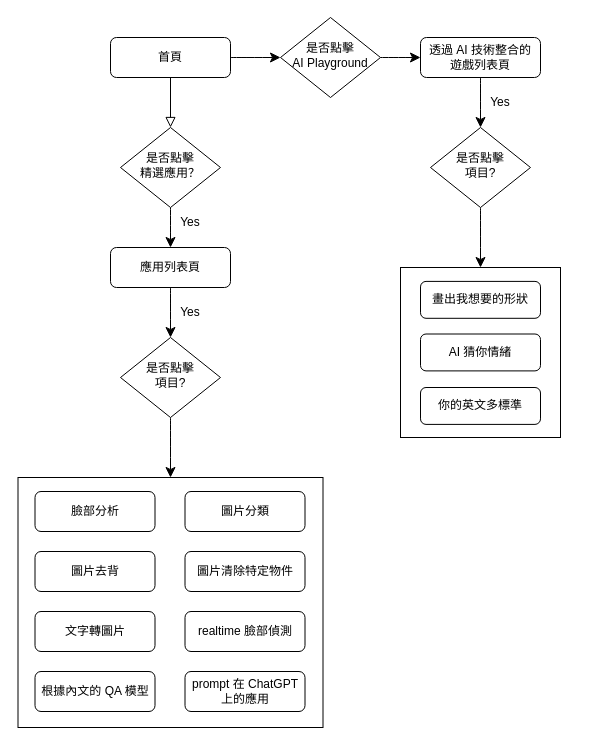
The draw.io diagram user-flow.drawio in EricTsai83/drawio, before the edit. Source tidied: cells renumbered, new cells numbered last; positions are measured from the earlier drawing's top-left corner, leaving out a move shared by most shapes. Both pictures are drawn from the tidied source at 100%, with x=0, y=0 at pixel (18, 17).
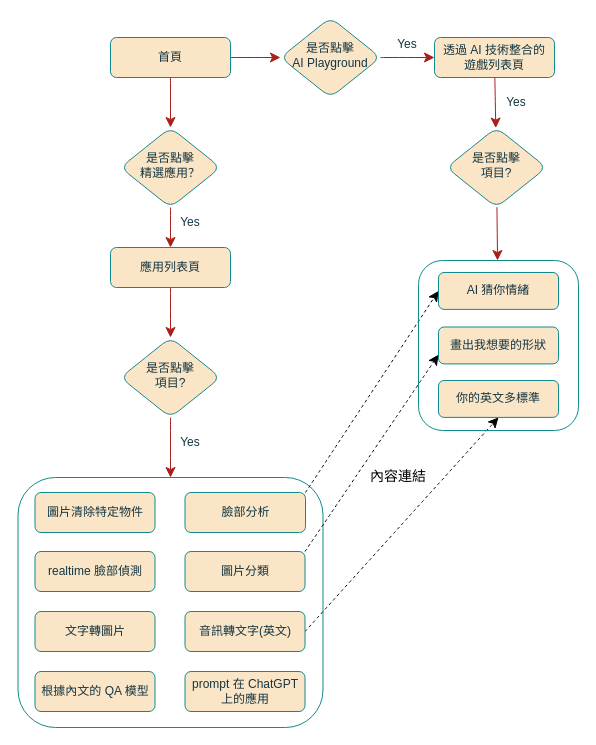
The same diagram, later.

What changed in the source:
```diff
@@
-    <mxCell id="2" style="rounded=0;html=1;jettySize=auto;fontSize=11;endArrow=block;endFill=0;endSize=8;strokeWidth=1;shadow=0;labelBackgroundColor=none;edgeStyle=orthogonalEdgeStyle;" parent="1" edge="1" source="4" target="6">
-      <mxGeometry relative="1" as="geometry" />
-    </mxCell>
-    <mxCell id="3" style="edgeStyle=none;curved=1;rounded=0;jettySize=auto;html=1;fontSize=12;startSize=8;endSize=8;" parent="1" edge="1" source="4" target="11">
+    <mxCell id="3" style="edgeStyle=none;curved=1;rounded=1;jettySize=auto;html=1;fontSize=12;startSize=8;endSize=8;labelBackgroundColor=none;strokeColor=#A8201A;fontColor=default;" parent="1" edge="1" source="4" target="11">
       <mxGeometry relative="1" as="geometry" />
     </mxCell>
-    <mxCell id="4" value="首頁" style="rounded=1;whiteSpace=wrap;html=1;fontSize=12;glass=0;strokeWidth=1;shadow=0;" parent="1" vertex="1">
+    <mxCell id="4" value="首頁" style="rounded=1;whiteSpace=wrap;html=1;fontSize=12;glass=0;strokeWidth=1;shadow=0;labelBackgroundColor=none;fillColor=#FAE5C7;strokeColor=#0F8B8D;fontColor=#143642;" parent="1" vertex="1">
       <mxGeometry x="92" y="20" width="120" height="40" as="geometry" />
     </mxCell>
-    <mxCell id="5" style="edgeStyle=none;curved=1;rounded=0;jettySize=auto;html=1;fontSize=12;startSize=8;endSize=8;" parent="1" edge="1" source="6" target="8">
+    <mxCell id="5" style="edgeStyle=none;curved=1;rounded=1;jettySize=auto;html=1;fontSize=12;startSize=8;endSize=8;labelBackgroundColor=none;strokeColor=#A8201A;fontColor=default;" parent="1" edge="1" source="6" target="8">
       <mxGeometry relative="1" as="geometry" />
     </mxCell>
-    <mxCell id="6" value="是否點擊&lt;br&gt;精選應用？" style="rhombus;whiteSpace=wrap;html=1;shadow=0;fontFamily=Helvetica;fontSize=12;align=center;strokeWidth=1;spacing=6;spacingTop=-4;" parent="1" vertex="1">
+    <mxCell id="6" value="是否點擊&lt;br&gt;精選應用？" style="rhombus;whiteSpace=wrap;html=1;shadow=0;fontFamily=Helvetica;fontSize=12;align=center;strokeWidth=1;spacing=6;spacingTop=-4;labelBackgroundColor=none;fillColor=#FAE5C7;strokeColor=#0F8B8D;fontColor=#143642;rounded=1;" parent="1" vertex="1">
       <mxGeometry x="102" y="110" width="100" height="80" as="geometry" />
     </mxCell>
-    <mxCell id="7" style="edgeStyle=none;curved=1;rounded=0;jettySize=auto;html=1;fontSize=12;startSize=8;endSize=8;" parent="1" edge="1" source="8" target="15">
+    <mxCell id="7" style="edgeStyle=none;curved=1;rounded=1;jettySize=auto;html=1;fontSize=12;startSize=8;endSize=8;labelBackgroundColor=none;strokeColor=#A8201A;fontColor=default;" parent="1" edge="1" source="8" target="15">
       <mxGeometry relative="1" as="geometry" />
     </mxCell>
-    <mxCell id="8" value="應用列表頁" style="rounded=1;whiteSpace=wrap;html=1;fontSize=12;glass=0;strokeWidth=1;shadow=0;" parent="1" vertex="1">
+    <mxCell id="8" value="應用列表頁" style="rounded=1;whiteSpace=wrap;html=1;fontSize=12;glass=0;strokeWidth=1;shadow=0;labelBackgroundColor=none;fillColor=#FAE5C7;strokeColor=#0F8B8D;fontColor=#143642;" parent="1" vertex="1">
       <mxGeometry x="92" y="230" width="120" height="40" as="geometry" />
     </mxCell>
-    <mxCell id="9" value="Yes" style="text;html=1;strokeColor=none;fillColor=none;align=center;verticalAlign=middle;whiteSpace=wrap;rounded=0;" parent="1" vertex="1">
+    <mxCell id="9" value="Yes" style="text;html=1;strokeColor=none;fillColor=none;align=center;verticalAlign=middle;whiteSpace=wrap;rounded=1;labelBackgroundColor=none;fontColor=#143642;" parent="1" vertex="1">
       <mxGeometry x="142" y="190" width="60" height="30" as="geometry" />
     </mxCell>
-    <mxCell id="10" style="edgeStyle=none;curved=1;rounded=0;jettySize=auto;html=1;fontSize=12;startSize=8;endSize=8;" parent="1" edge="1" source="11" target="13">
+    <mxCell id="10" style="edgeStyle=none;curved=1;rounded=1;jettySize=auto;html=1;fontSize=12;startSize=8;endSize=8;labelBackgroundColor=none;strokeColor=#A8201A;fontColor=default;" parent="1" edge="1" source="11" target="13">
       <mxGeometry relative="1" as="geometry" />
     </mxCell>
-    <mxCell id="11" value="是否點擊&lt;br&gt;AI Playground" style="rhombus;whiteSpace=wrap;html=1;shadow=0;fontFamily=Helvetica;fontSize=12;align=center;strokeWidth=1;spacing=6;spacingTop=-4;" parent="1" vertex="1">
+    <mxCell id="11" value="是否點擊&lt;br&gt;AI Playground" style="rhombus;whiteSpace=wrap;html=1;shadow=0;fontFamily=Helvetica;fontSize=12;align=center;strokeWidth=1;spacing=6;spacingTop=-4;labelBackgroundColor=none;fillColor=#FAE5C7;strokeColor=#0F8B8D;fontColor=#143642;rounded=1;" parent="1" vertex="1">
       <mxGeometry x="262" width="100" height="80" as="geometry" />
     </mxCell>
-    <mxCell id="12" style="edgeStyle=none;curved=1;rounded=0;jettySize=auto;html=1;fontSize=12;startSize=8;endSize=8;" parent="1" edge="1" source="13" target="18">
+    <mxCell id="12" style="edgeStyle=none;curved=1;rounded=1;jettySize=auto;html=1;fontSize=12;startSize=8;endSize=8;labelBackgroundColor=none;strokeColor=#A8201A;fontColor=default;" parent="1" edge="1" source="13" target="18">
       <mxGeometry relative="1" as="geometry" />
     </mxCell>
-    <mxCell id="13" value="透過 AI 技術整合的&lt;br&gt;遊戲列表頁" style="rounded=1;whiteSpace=wrap;html=1;fontSize=12;glass=0;strokeWidth=1;shadow=0;" parent="1" vertex="1">
-      <mxGeometry x="402" y="20" width="120" height="40" as="geometry" />
+    <mxCell id="13" value="透過 AI 技術整合的&lt;br&gt;遊戲列表頁" style="rounded=1;whiteSpace=wrap;html=1;fontSize=12;glass=0;strokeWidth=1;shadow=0;labelBackgroundColor=none;fillColor=#FAE5C7;strokeColor=#0F8B8D;fontColor=#143642;" parent="1" vertex="1">
+      <mxGeometry x="416" y="20" width="120" height="40" as="geometry" />
     </mxCell>
-    <mxCell id="14" style="edgeStyle=none;curved=1;rounded=0;jettySize=auto;html=1;fontSize=12;startSize=8;endSize=8;entryX=0.5;entryY=0;entryDx=0;entryDy=0;" parent="1" edge="1" source="15" target="21">
+    <mxCell id="14" style="edgeStyle=none;curved=1;rounded=1;jettySize=auto;html=1;fontSize=12;startSize=8;endSize=8;entryX=0.5;entryY=0;entryDx=0;entryDy=0;labelBackgroundColor=none;strokeColor=#A8201A;fontColor=default;" parent="1" edge="1" source="15" target="21">
       <mxGeometry relative="1" as="geometry" />
     </mxCell>
-    <mxCell id="15" value="是否點擊&lt;br&gt;項目?" style="rhombus;whiteSpace=wrap;html=1;shadow=0;fontFamily=Helvetica;fontSize=12;align=center;strokeWidth=1;spacing=6;spacingTop=-4;" parent="1" vertex="1">
+    <mxCell id="15" value="是否點擊&lt;br&gt;項目?" style="rhombus;whiteSpace=wrap;html=1;shadow=0;fontFamily=Helvetica;fontSize=12;align=center;strokeWidth=1;spacing=6;spacingTop=-4;labelBackgroundColor=none;fillColor=#FAE5C7;strokeColor=#0F8B8D;fontColor=#143642;rounded=1;" parent="1" vertex="1">
       <mxGeometry x="102" y="320" width="100" height="80" as="geometry" />
     </mxCell>
-    <mxCell id="16" value="Yes" style="text;html=1;strokeColor=none;fillColor=none;align=center;verticalAlign=middle;whiteSpace=wrap;rounded=0;" parent="1" vertex="1">
-      <mxGeometry x="142" y="280" width="60" height="30" as="geometry" />
+    <mxCell id="16" value="Yes" style="text;html=1;strokeColor=none;fillColor=none;align=center;verticalAlign=middle;whiteSpace=wrap;rounded=1;labelBackgroundColor=none;fontColor=#143642;" parent="1" vertex="1">
+      <mxGeometry x="142" y="410" width="60" height="30" as="geometry" />
     </mxCell>
-    <mxCell id="17" style="edgeStyle=none;curved=1;rounded=0;jettySize=auto;html=1;fontSize=12;startSize=8;endSize=8;" parent="1" edge="1" source="18" target="31">
+    <mxCell id="17" style="edgeStyle=none;curved=1;rounded=1;jettySize=auto;html=1;fontSize=12;startSize=8;endSize=8;labelBackgroundColor=none;strokeColor=#A8201A;fontColor=default;" parent="1" edge="1" source="18" target="31">
       <mxGeometry relative="1" as="geometry" />
     </mxCell>
-    <mxCell id="18" value="是否點擊&lt;br&gt;項目?" style="rhombus;whiteSpace=wrap;html=1;shadow=0;fontFamily=Helvetica;fontSize=12;align=center;strokeWidth=1;spacing=6;spacingTop=-4;" parent="1" vertex="1">
-      <mxGeometry x="412" y="110" width="100" height="80" as="geometry" />
+    <mxCell id="18" value="是否點擊&lt;br&gt;項目?" style="rhombus;whiteSpace=wrap;html=1;shadow=0;fontFamily=Helvetica;fontSize=12;align=center;strokeWidth=1;spacing=6;spacingTop=-4;labelBackgroundColor=none;fillColor=#FAE5C7;strokeColor=#0F8B8D;fontColor=#143642;rounded=1;" parent="1" vertex="1">
+      <mxGeometry x="428" y="110" width="100" height="80" as="geometry" />
     </mxCell>
-    <mxCell id="19" value="Yes" style="text;html=1;strokeColor=none;fillColor=none;align=center;verticalAlign=middle;whiteSpace=wrap;rounded=0;" parent="1" vertex="1">
-      <mxGeometry x="452" y="70" width="60" height="30" as="geometry" />
+    <mxCell id="19" value="Yes" style="text;html=1;strokeColor=none;fillColor=none;align=center;verticalAlign=middle;whiteSpace=wrap;rounded=1;labelBackgroundColor=none;fontColor=#143642;" parent="1" vertex="1">
+      <mxGeometry x="468" y="70" width="60" height="30" as="geometry" />
     </mxCell>
-    <mxCell id="20" style="group;" parent="1" vertex="1">
-      <mxGeometry x="-0.5" y="460" width="305" height="250" as="geometry" />
-    </mxCell>
-    <mxCell id="21" style="rounded=0;whiteSpace=wrap;html=1;fontSize=16;fillColor=none;" parent="20" vertex="1">
-      <mxGeometry width="305" height="250" as="geometry" />
+    <mxCell id="21" style="rounded=1;whiteSpace=wrap;html=1;fontSize=16;fillColor=none;labelBackgroundColor=none;strokeColor=#0F8B8D;fontColor=#143642;" parent="1" vertex="1">
+      <mxGeometry x="-0.5" y="460" width="305" height="250" as="geometry" />
     </mxCell>
+    <mxCell id="35" style="edgeStyle=none;curved=1;rounded=1;jettySize=auto;html=1;entryX=0;entryY=0.5;entryDx=0;entryDy=0;fontSize=12;startSize=8;endSize=8;dashed=1;exitX=1;exitY=0;exitDx=0;exitDy=0;" parent="1" edge="1" source="22" target="33">
+      <mxGeometry relative="1" as="geometry" />
+    </mxCell>
-    <mxCell id="22" value="臉部分析" style="rounded=1;whiteSpace=wrap;html=1;fontSize=12;glass=0;strokeWidth=1;shadow=0;" parent="20" vertex="1">
-      <mxGeometry x="17" y="14" width="120" height="40" as="geometry" />
+    <mxCell id="22" value="臉部分析" style="rounded=1;whiteSpace=wrap;html=1;fontSize=12;glass=0;strokeWidth=1;shadow=0;labelBackgroundColor=none;fillColor=#FAE5C7;strokeColor=#0F8B8D;fontColor=#143642;" parent="1" vertex="1">
+      <mxGeometry x="166.5" y="475" width="120.5" height="40" as="geometry" />
     </mxCell>
+    <mxCell id="36" style="edgeStyle=none;curved=1;rounded=1;jettySize=auto;html=1;entryX=0;entryY=0.75;entryDx=0;entryDy=0;fontSize=12;startSize=8;endSize=8;dashed=1;exitX=1;exitY=0;exitDx=0;exitDy=0;" parent="1" edge="1" source="23" target="32">
+      <mxGeometry relative="1" as="geometry" />
+    </mxCell>
-    <mxCell id="23" value="圖片分類" style="rounded=1;whiteSpace=wrap;html=1;fontSize=12;glass=0;strokeWidth=1;shadow=0;" parent="20" vertex="1">
-      <mxGeometry x="167" y="14" width="120" height="40" as="geometry" />
+    <mxCell id="23" value="圖片分類" style="rounded=1;whiteSpace=wrap;html=1;fontSize=12;glass=0;strokeWidth=1;shadow=0;labelBackgroundColor=none;fillColor=#FAE5C7;strokeColor=#0F8B8D;fontColor=#143642;" parent="1" vertex="1">
+      <mxGeometry x="166.5" y="534" width="120" height="40" as="geometry" />
     </mxCell>
+    <mxCell id="37" style="edgeStyle=none;curved=1;rounded=1;jettySize=auto;html=1;entryX=0.5;entryY=1;entryDx=0;entryDy=0;fontSize=12;startSize=8;endSize=8;exitX=1;exitY=0.5;exitDx=0;exitDy=0;dashed=1;" parent="1" edge="1" source="24" target="34">
+      <mxGeometry relative="1" as="geometry" />
+    </mxCell>
-    <mxCell id="24" value="圖片去背" style="rounded=1;whiteSpace=wrap;html=1;fontSize=12;glass=0;strokeWidth=1;shadow=0;" parent="20" vertex="1">
-      <mxGeometry x="17" y="74" width="120" height="40" as="geometry" />
+    <mxCell id="24" value="音訊轉文字(英文)" style="rounded=1;whiteSpace=wrap;html=1;fontSize=12;glass=0;strokeWidth=1;shadow=0;labelBackgroundColor=none;fillColor=#FAE5C7;strokeColor=#0F8B8D;fontColor=#143642;" parent="1" vertex="1">
+      <mxGeometry x="166.5" y="594" width="120" height="40" as="geometry" />
     </mxCell>
-    <mxCell id="25" value="圖片清除特定物件" style="rounded=1;whiteSpace=wrap;html=1;fontSize=12;glass=0;strokeWidth=1;shadow=0;" parent="20" vertex="1">
-      <mxGeometry x="167" y="74" width="120" height="40" as="geometry" />
+    <mxCell id="25" value="圖片清除特定物件" style="rounded=1;whiteSpace=wrap;html=1;fontSize=12;glass=0;strokeWidth=1;shadow=0;labelBackgroundColor=none;fillColor=#FAE5C7;strokeColor=#0F8B8D;fontColor=#143642;" parent="1" vertex="1">
+      <mxGeometry x="16.5" y="475" width="120" height="40" as="geometry" />
     </mxCell>
-    <mxCell id="26" value="文字轉圖片" style="rounded=1;whiteSpace=wrap;html=1;fontSize=12;glass=0;strokeWidth=1;shadow=0;" parent="20" vertex="1">
-      <mxGeometry x="17" y="134" width="120" height="40" as="geometry" />
+    <mxCell id="26" value="文字轉圖片" style="rounded=1;whiteSpace=wrap;html=1;fontSize=12;glass=0;strokeWidth=1;shadow=0;labelBackgroundColor=none;fillColor=#FAE5C7;strokeColor=#0F8B8D;fontColor=#143642;" parent="1" vertex="1">
+      <mxGeometry x="16.5" y="594" width="120" height="40" as="geometry" />
     </mxCell>
-    <mxCell id="27" value="realtime 臉部偵測" style="rounded=1;whiteSpace=wrap;html=1;fontSize=12;glass=0;strokeWidth=1;shadow=0;" parent="20" vertex="1">
-      <mxGeometry x="167" y="134" width="120" height="40" as="geometry" />
+    <mxCell id="27" value="realtime 臉部偵測" style="rounded=1;whiteSpace=wrap;html=1;fontSize=12;glass=0;strokeWidth=1;shadow=0;labelBackgroundColor=none;fillColor=#FAE5C7;strokeColor=#0F8B8D;fontColor=#143642;" parent="1" vertex="1">
+      <mxGeometry x="16.5" y="534" width="120" height="40" as="geometry" />
     </mxCell>
-    <mxCell id="28" value="根據內文的 QA 模型" style="rounded=1;whiteSpace=wrap;html=1;fontSize=12;glass=0;strokeWidth=1;shadow=0;" parent="20" vertex="1">
-      <mxGeometry x="17" y="194" width="120" height="40" as="geometry" />
+    <mxCell id="28" value="根據內文的 QA 模型" style="rounded=1;whiteSpace=wrap;html=1;fontSize=12;glass=0;strokeWidth=1;shadow=0;labelBackgroundColor=none;fillColor=#FAE5C7;strokeColor=#0F8B8D;fontColor=#143642;" parent="1" vertex="1">
+      <mxGeometry x="16.5" y="654" width="120" height="40" as="geometry" />
     </mxCell>
-    <mxCell id="29" value="prompt 在 ChatGPT 上的應用" style="rounded=1;whiteSpace=wrap;html=1;fontSize=12;glass=0;strokeWidth=1;shadow=0;" parent="20" vertex="1">
-      <mxGeometry x="167" y="194" width="120" height="40" as="geometry" />
+    <mxCell id="29" value="prompt 在 ChatGPT 上的應用" style="rounded=1;whiteSpace=wrap;html=1;fontSize=12;glass=0;strokeWidth=1;shadow=0;labelBackgroundColor=none;fillColor=#FAE5C7;strokeColor=#0F8B8D;fontColor=#143642;" parent="1" vertex="1">
+      <mxGeometry x="166.5" y="654" width="120" height="40" as="geometry" />
     </mxCell>
-    <mxCell id="30" style="group;" parent="1" vertex="1">
-      <mxGeometry x="382" y="250" width="160" height="170" as="geometry" />
-    </mxCell>
+    <mxCell id="38" value="&lt;font style=&quot;font-size: 14px;&quot;&gt;內容連結&lt;/font&gt;" style="text;strokeColor=none;fillColor=none;html=1;align=center;verticalAlign=middle;whiteSpace=wrap;rounded=0;fontSize=16;" parent="1" vertex="1">
+      <mxGeometry x="346" y="443" width="68" height="30" as="geometry" />
+    </mxCell>
+    <mxCell id="2" style="edgeStyle=none;curved=1;rounded=1;jettySize=auto;html=1;fontSize=12;startSize=8;endSize=8;labelBackgroundColor=none;strokeColor=#A8201A;fontColor=default;exitX=0.5;exitY=1;exitDx=0;exitDy=0;" parent="1" edge="1" source="4" target="6">
+      <mxGeometry relative="1" as="geometry" />
+    </mxCell>
+    <mxCell id="39" value="Yes" style="text;html=1;strokeColor=none;fillColor=none;align=center;verticalAlign=middle;whiteSpace=wrap;rounded=1;labelBackgroundColor=none;fontColor=#143642;" parent="1" vertex="1">
+      <mxGeometry x="359" y="12" width="60" height="30" as="geometry" />
+    </mxCell>
+    <mxCell id="40" style="group;" parent="1" vertex="1">
+      <mxGeometry x="400" y="243" width="160" height="170" as="geometry" />
+    </mxCell>
-    <mxCell id="31" style="rounded=0;whiteSpace=wrap;html=1;fontSize=16;fillColor=none;" parent="30" vertex="1">
+    <mxCell id="31" style="rounded=1;whiteSpace=wrap;html=1;fontSize=16;fillColor=none;labelBackgroundColor=none;strokeColor=#0F8B8D;fontColor=#143642;" parent="40" vertex="1">
       <mxGeometry width="160" height="170" as="geometry" />
     </mxCell>
-    <mxCell id="32" value="畫出我想要的形狀" style="rounded=1;whiteSpace=wrap;html=1;fontSize=12;glass=0;strokeWidth=1;shadow=0;" parent="30" vertex="1">
-      <mxGeometry x="20" y="13.9" width="120" height="36.9" as="geometry" />
+    <mxCell id="32" value="畫出我想要的形狀" style="rounded=1;whiteSpace=wrap;html=1;fontSize=12;glass=0;strokeWidth=1;shadow=0;labelBackgroundColor=none;fillColor=#FAE5C7;strokeColor=#0F8B8D;fontColor=#143642;" parent="40" vertex="1">
+      <mxGeometry x="20" y="66.5" width="120" height="36.9" as="geometry" />
     </mxCell>
-    <mxCell id="33" value="AI 猜你情緒" style="rounded=1;whiteSpace=wrap;html=1;fontSize=12;glass=0;strokeWidth=1;shadow=0;" parent="30" vertex="1">
-      <mxGeometry x="20" y="66.5" width="120" height="36.9" as="geometry" />
+    <mxCell id="33" value="AI 猜你情緒" style="rounded=1;whiteSpace=wrap;html=1;fontSize=12;glass=0;strokeWidth=1;shadow=0;labelBackgroundColor=none;fillColor=#FAE5C7;strokeColor=#0F8B8D;fontColor=#143642;" parent="40" vertex="1">
+      <mxGeometry x="20" y="12" width="120" height="36.9" as="geometry" />
     </mxCell>
-    <mxCell id="34" value="你的英文多標準" style="rounded=1;whiteSpace=wrap;html=1;fontSize=12;glass=0;strokeWidth=1;shadow=0;" parent="30" vertex="1">
+    <mxCell id="34" value="你的英文多標準" style="rounded=1;whiteSpace=wrap;html=1;fontSize=12;glass=0;strokeWidth=1;shadow=0;labelBackgroundColor=none;fillColor=#FAE5C7;strokeColor=#0F8B8D;fontColor=#143642;" parent="40" vertex="1">
       <mxGeometry x="20" y="120" width="120" height="36.9" as="geometry" />
     </mxCell>
```
